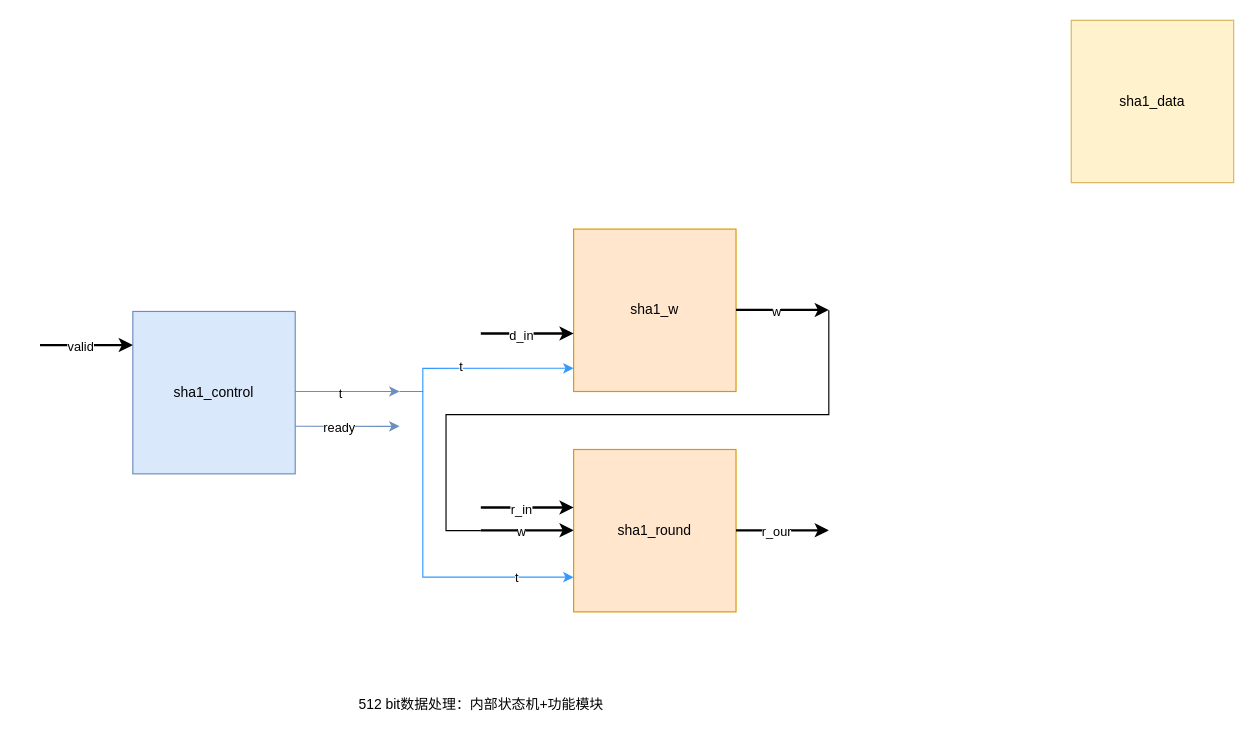
Earlier version of the draw.io diagram SHA1.drawio (ZPNMiaoHeng/drawioFolder). Source tidied: cells renumbered, new cells numbered last; positions are measured from the earlier drawing's top-left corner, leaving out a move shared by most shapes. Both pictures are drawn from the tidied source at 116%, with x=0, y=0 at pixel (39, 20).
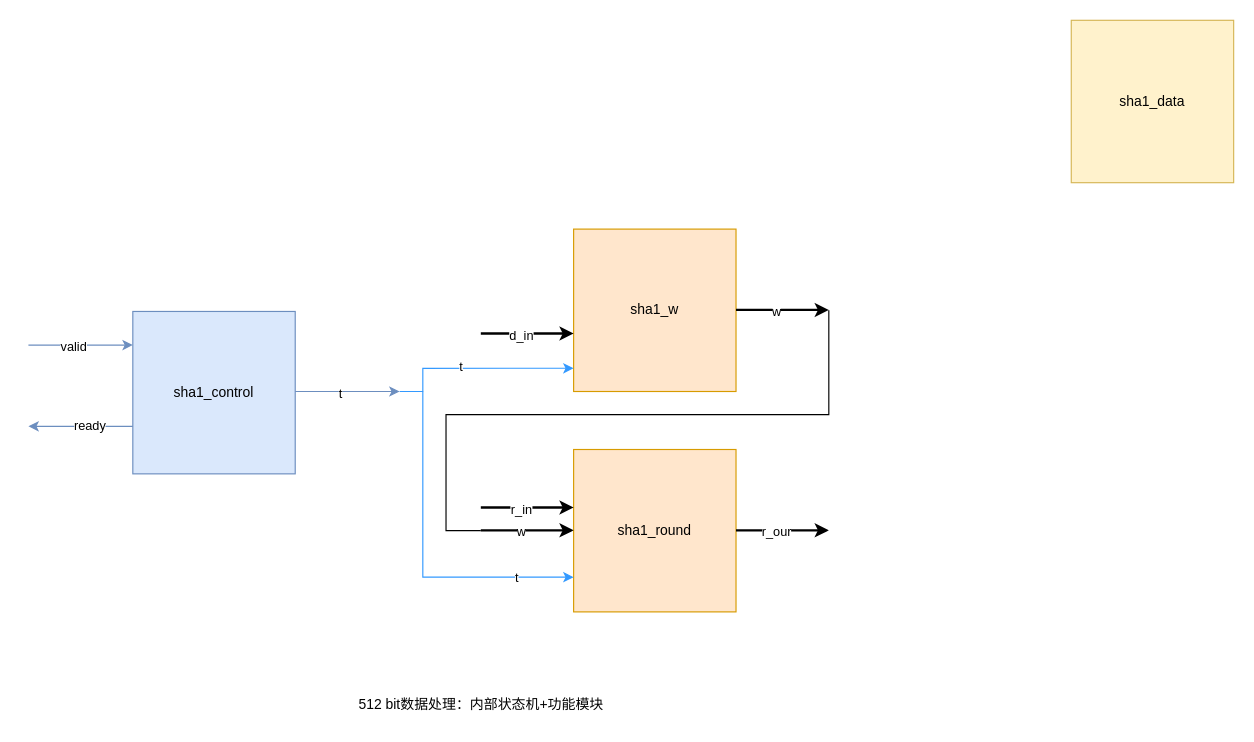
Above is the later version.

Commit message:
con添加握手信号.drawio

Unchanged cells that the change refers to:
```xml
<mxCell id="19" value="sha1_control" style="whiteSpace=wrap;html=1;fillColor=#dae8fc;strokeColor=#6c8ebf;" parent="1" vertex="1">
  <mxGeometry x="80" y="251" width="140" height="140" as="geometry" />
</mxCell>
```

Change to the diagram source:
```diff
@@
-    <mxCell id="20" style="endArrow=classic;html=1;rounded=0;strokeWidth=2;" parent="1" edge="1">
+    <mxCell id="20" style="endArrow=classic;html=1;rounded=0;strokeWidth=1;fillColor=#dae8fc;strokeColor=#6c8ebf;" parent="1" edge="1">
       <mxGeometry relative="1" as="geometry">
-        <mxPoint y="280" as="sourcePoint" />
+        <mxPoint x="-10" y="280" as="sourcePoint" />
         <mxPoint x="80" y="280" as="targetPoint" />
       </mxGeometry>
     </mxCell>
@@
-    <mxCell id="26" style="endArrow=classic;html=1;rounded=0;strokeWidth=1;fillColor=#dae8fc;strokeColor=#6c8ebf;exitX=1;exitY=0.707;exitDx=0;exitDy=0;exitPerimeter=0;" parent="1" edge="1" source="19">
-      <mxGeometry relative="1" as="geometry">
-        <mxPoint x="310" y="350" as="targetPoint" />
-      </mxGeometry>
-    </mxCell>
+    <mxCell id="28" style="endArrow=classic;html=1;rounded=0;strokeWidth=1;fillColor=#dae8fc;strokeColor=#6c8ebf;exitX=1;exitY=0.707;exitDx=0;exitDy=0;exitPerimeter=0;" parent="1" edge="1">
+      <mxGeometry relative="1" as="geometry">
+        <mxPoint x="80" y="350" as="sourcePoint" />
+        <mxPoint x="-10" y="350" as="targetPoint" />
+      </mxGeometry>
+    </mxCell>
-    <mxCell id="27" value="ready" style="edgeLabel;html=1;align=center;verticalAlign=middle;" parent="26" vertex="1">
+    <mxCell id="27" value="ready" style="edgeLabel;html=1;align=center;verticalAlign=middle;" parent="28" vertex="1">
       <mxGeometry x="-0.15" y="-1" relative="1" as="geometry" />
     </mxCell>
```
